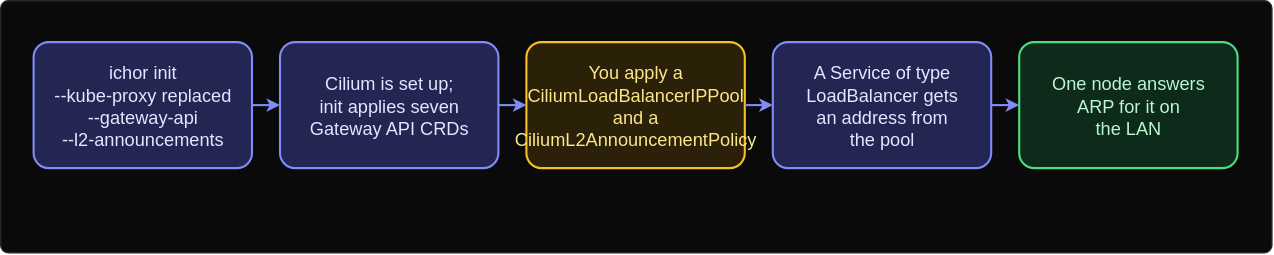
Earlier version of the draw.io export docs/images/lan-load-balancers-flow.dark.drawio.svg (maeshinshin/ichor). Source tidied: cells renumbered, new cells last; positions are measured from the earlier drawing's top-left corner, leaving out a move shared by most shapes. Its diagram source:
```xml
<mxGraphModel>
  <root>
    <mxCell id="0" style="html=0;" />
    <mxCell id="1" style="html=0;" parent="0" />
    <mxCell id="2" style="rounded=1;arcSize=3;fillColor=light-dark(#FFFFFF,#0A0A0A);strokeColor=light-dark(#E5E5E5,#262626);strokeWidth=1;html=0;" parent="1" vertex="1">
      <mxGeometry width="908" height="180" as="geometry" />
    </mxCell>
    <mxCell id="3" value="ichor init&#10;--kube-proxy replaced&#10;--gateway-api&#10;--l2-announcements" style="rounded=1;arcSize=12;fillColor=light-dark(#EEF2FF,#232553);strokeColor=light-dark(#6366F1,#818CF8);strokeWidth=1.5;fontColor=light-dark(#1E1B4B,#E0E7FF);fontFamily=Helvetica;fontSize=13;align=center;verticalAlign=middle;html=0;" parent="1" vertex="1">
      <mxGeometry x="24" y="30" width="156" height="90" as="geometry" />
    </mxCell>
    <mxCell id="4" value="Cilium is set up;&#10;init applies seven&#10;Gateway API CRDs" style="rounded=1;arcSize=12;fillColor=light-dark(#EEF2FF,#232553);strokeColor=light-dark(#6366F1,#818CF8);strokeWidth=1.5;fontColor=light-dark(#1E1B4B,#E0E7FF);fontFamily=Helvetica;fontSize=13;align=center;verticalAlign=middle;html=0;" parent="1" vertex="1">
      <mxGeometry x="200" y="30" width="156" height="90" as="geometry" />
    </mxCell>
    <mxCell id="5" value="You apply a&#10;CiliumLoadBalancerIPPool&#10;and a&#10;CiliumL2AnnouncementPolicy" style="rounded=1;arcSize=12;fillColor=light-dark(#FFFBEB,#2B2008);strokeColor=light-dark(#D97706,#FBBF24);strokeWidth=1.5;fontColor=light-dark(#78350F,#FDE68A);fontFamily=Helvetica;fontSize=13;align=center;verticalAlign=middle;html=0;" parent="1" vertex="1">
      <mxGeometry x="376" y="30" width="156" height="90" as="geometry" />
    </mxCell>
    <mxCell id="6" value="A Service of type&#10;LoadBalancer gets&#10;an address from&#10;the pool" style="rounded=1;arcSize=12;fillColor=light-dark(#EEF2FF,#232553);strokeColor=light-dark(#6366F1,#818CF8);strokeWidth=1.5;fontColor=light-dark(#1E1B4B,#E0E7FF);fontFamily=Helvetica;fontSize=13;align=center;verticalAlign=middle;html=0;" parent="1" vertex="1">
      <mxGeometry x="552" y="30" width="156" height="90" as="geometry" />
    </mxCell>
    <mxCell id="7" value="One node answers&#10;ARP for it on&#10;the LAN" style="rounded=1;arcSize=12;fillColor=light-dark(#F0FDF4,#0E2A1B);strokeColor=light-dark(#16A34A,#4ADE80);strokeWidth=1.5;fontColor=light-dark(#14532D,#BBF7D0);fontFamily=Helvetica;fontSize=13;align=center;verticalAlign=middle;html=0;" parent="1" vertex="1">
      <mxGeometry x="728" y="30" width="156" height="90" as="geometry" />
    </mxCell>
    <mxCell id="8" style="edgeStyle=orthogonalEdgeStyle;rounded=1;jettySize=auto;strokeColor=light-dark(#6366F1,#818CF8);strokeWidth=1.5;endArrow=classic;endFill=1;endSize=5;startArrow=none;startFill=1;startSize=5;exitX=1;exitY=0.5;exitDx=0;exitDy=0;entryX=0;entryY=0.5;entryDx=0;entryDy=0;html=0;" parent="1" edge="1" source="3" target="4">
      <mxGeometry relative="1" as="geometry" />
    </mxCell>
    <mxCell id="9" style="edgeStyle=orthogonalEdgeStyle;rounded=1;jettySize=auto;strokeColor=light-dark(#6366F1,#818CF8);strokeWidth=1.5;endArrow=classic;endFill=1;endSize=5;startArrow=none;startFill=1;startSize=5;exitX=1;exitY=0.5;exitDx=0;exitDy=0;entryX=0;entryY=0.5;entryDx=0;entryDy=0;html=0;" parent="1" edge="1" source="4" target="5">
      <mxGeometry relative="1" as="geometry" />
    </mxCell>
    <mxCell id="10" style="edgeStyle=orthogonalEdgeStyle;rounded=1;jettySize=auto;strokeColor=light-dark(#6366F1,#818CF8);strokeWidth=1.5;endArrow=classic;endFill=1;endSize=5;startArrow=none;startFill=1;startSize=5;exitX=1;exitY=0.5;exitDx=0;exitDy=0;entryX=0;entryY=0.5;entryDx=0;entryDy=0;html=0;" parent="1" edge="1" source="5" target="6">
      <mxGeometry relative="1" as="geometry" />
    </mxCell>
    <mxCell id="11" style="edgeStyle=orthogonalEdgeStyle;rounded=1;jettySize=auto;strokeColor=light-dark(#6366F1,#818CF8);strokeWidth=1.5;endArrow=classic;endFill=1;endSize=5;startArrow=none;startFill=1;startSize=5;exitX=1;exitY=0.5;exitDx=0;exitDy=0;entryX=0;entryY=0.5;entryDx=0;entryDy=0;html=0;" parent="1" edge="1" source="6" target="7">
      <mxGeometry relative="1" as="geometry" />
    </mxCell>
  </root>
</mxGraphModel>
```
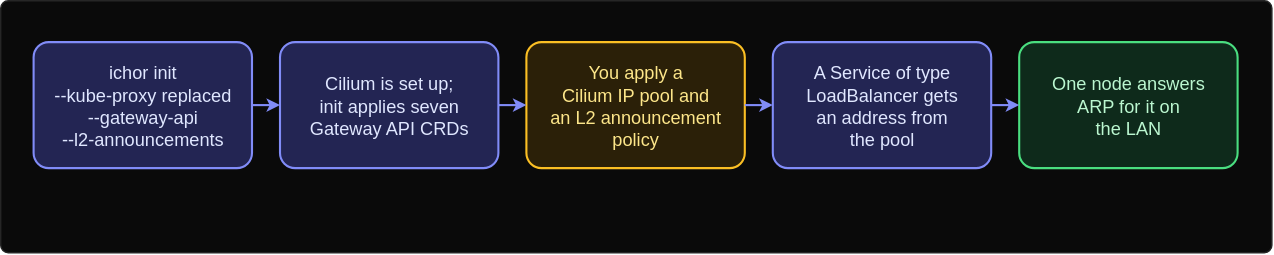
The same file after the commit.

What changed in the source:
```diff
@@ -11,7 +11,7 @@
     <mxCell id="4" value="Cilium is set up;&#10;init applies seven&#10;Gateway API CRDs" style="rounded=1;arcSize=12;fillColor=light-dark(#EEF2FF,#232553);strokeColor=light-dark(#6366F1,#818CF8);strokeWidth=1.5;fontColor=light-dark(#1E1B4B,#E0E7FF);fontFamily=Helvetica;fontSize=13;align=center;verticalAlign=middle;html=0;" parent="1" vertex="1">
       <mxGeometry x="200" y="30" width="156" height="90" as="geometry" />
     </mxCell>
-    <mxCell id="5" value="You apply a&#10;CiliumLoadBalancerIPPool&#10;and a&#10;CiliumL2AnnouncementPolicy" style="rounded=1;arcSize=12;fillColor=light-dark(#FFFBEB,#2B2008);strokeColor=light-dark(#D97706,#FBBF24);strokeWidth=1.5;fontColor=light-dark(#78350F,#FDE68A);fontFamily=Helvetica;fontSize=13;align=center;verticalAlign=middle;html=0;" parent="1" vertex="1">
+    <mxCell id="5" value="You apply a&#10;Cilium IP pool and&#10;an L2 announcement&#10;policy" style="rounded=1;arcSize=12;fillColor=light-dark(#FFFBEB,#2B2008);strokeColor=light-dark(#D97706,#FBBF24);strokeWidth=1.5;fontColor=light-dark(#78350F,#FDE68A);fontFamily=Helvetica;fontSize=13;align=center;verticalAlign=middle;html=0;" parent="1" vertex="1">
       <mxGeometry x="376" y="30" width="156" height="90" as="geometry" />
     </mxCell>
     <mxCell id="6" value="A Service of type&#10;LoadBalancer gets&#10;an address from&#10;the pool" style="rounded=1;arcSize=12;fillColor=light-dark(#EEF2FF,#232553);strokeColor=light-dark(#6366F1,#818CF8);strokeWidth=1.5;fontColor=light-dark(#1E1B4B,#E0E7FF);fontFamily=Helvetica;fontSize=13;align=center;verticalAlign=middle;html=0;" parent="1" vertex="1">
```
